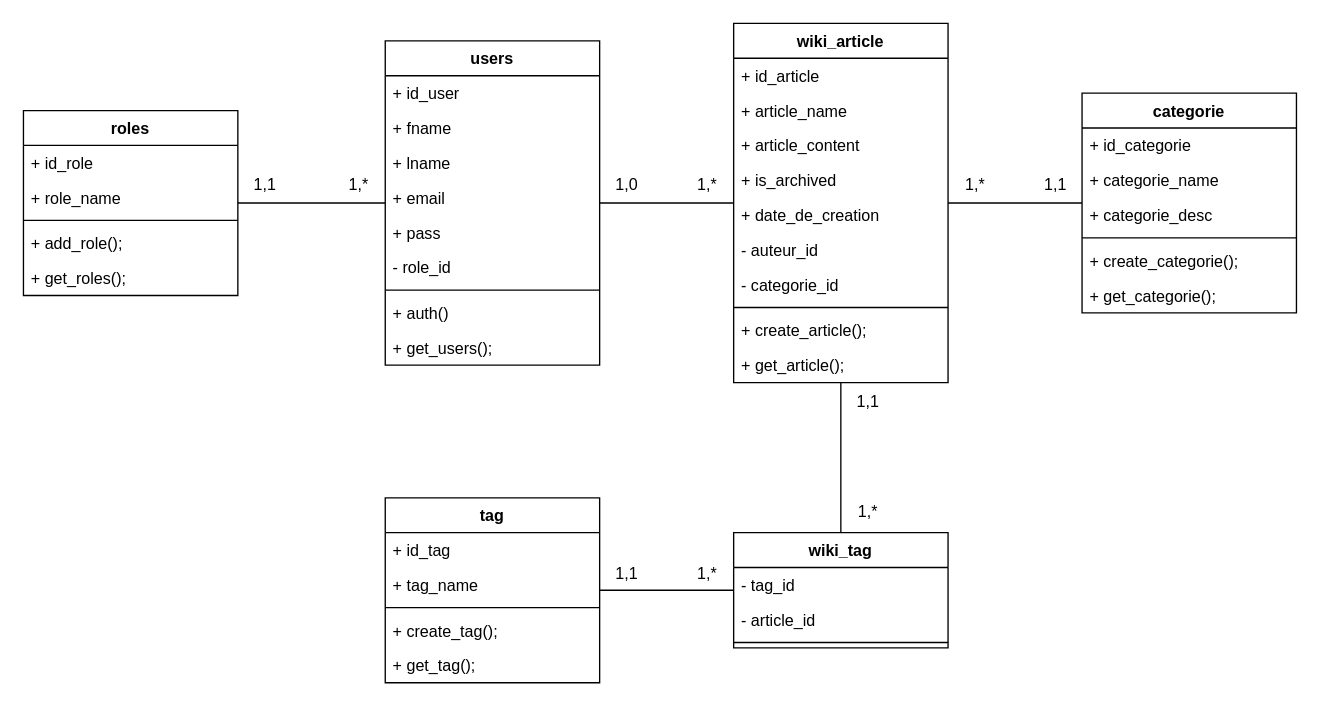
Above: uml.diagram.drawio in elkhailihamza/Wiki_tm (draw.io), before the change. Source tidied: cells renumbered, new cells numbered last; positions are measured from the earlier drawing's top-left corner, leaving out a move shared by most shapes. Both pictures are drawn from the tidied source at 134%, with x=0, y=0 at pixel (23, 23).
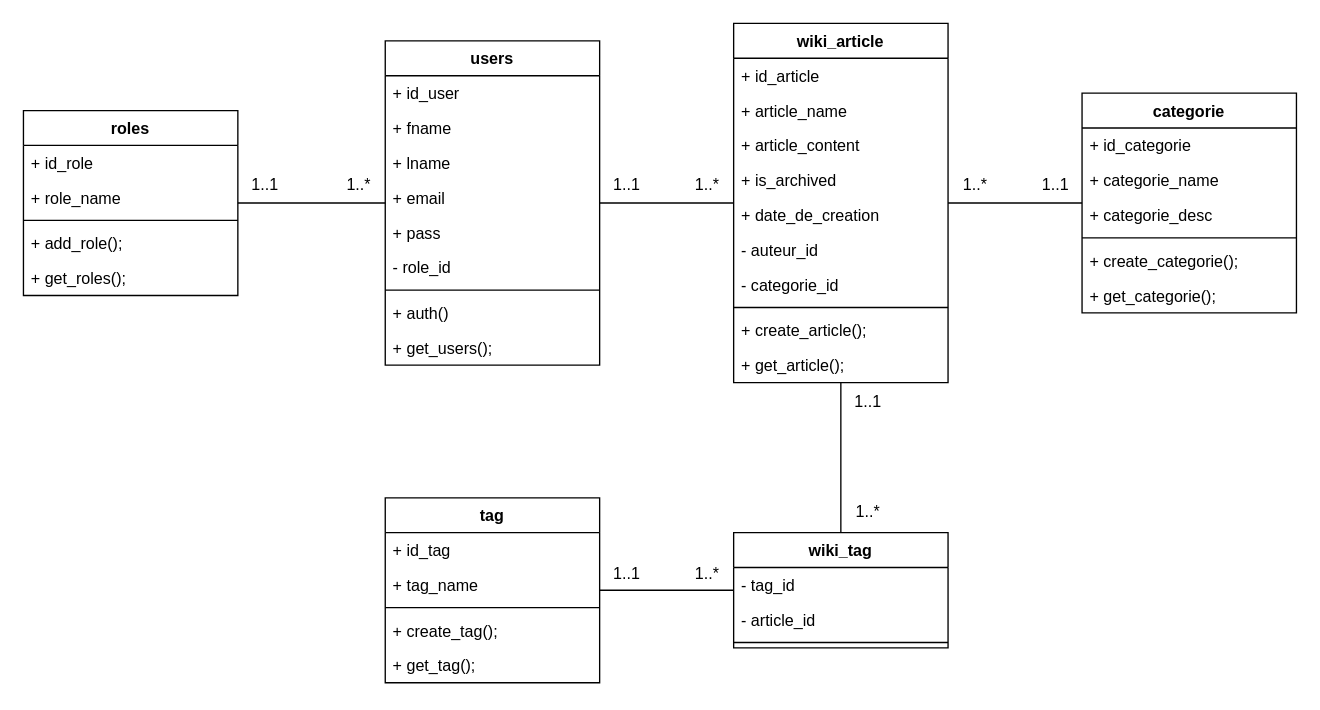
Above is the later version.

The edit, as a diff of the source:
```diff
@@
-    <mxCell id="51" value="1,1" style="text;html=1;align=center;verticalAlign=middle;strokeColor=none;fillColor=none;" parent="1" vertex="1">
+    <mxCell id="51" value="1..1" style="text;html=1;align=center;verticalAlign=middle;strokeColor=none;fillColor=none;" parent="1" vertex="1">
       <mxGeometry x="160" y="106" width="40" height="30" as="geometry" />
     </mxCell>
-    <mxCell id="52" value="1,*" style="text;html=1;align=center;verticalAlign=middle;strokeColor=none;fillColor=none;" parent="1" vertex="1">
+    <mxCell id="52" value="1..*" style="text;html=1;align=center;verticalAlign=middle;strokeColor=none;fillColor=none;" parent="1" vertex="1">
       <mxGeometry x="230" y="106" width="40" height="30" as="geometry" />
     </mxCell>
-    <mxCell id="53" value="1,*" style="text;html=1;align=center;verticalAlign=middle;strokeColor=none;fillColor=none;" parent="1" vertex="1">
+    <mxCell id="53" value="1..*" style="text;html=1;align=center;verticalAlign=middle;strokeColor=none;fillColor=none;" parent="1" vertex="1">
       <mxGeometry x="490" y="106" width="40" height="30" as="geometry" />
     </mxCell>
-    <mxCell id="54" value="1,0" style="text;html=1;align=center;verticalAlign=middle;strokeColor=none;fillColor=none;" parent="1" vertex="1">
+    <mxCell id="54" value="1..1" style="text;html=1;align=center;verticalAlign=middle;strokeColor=none;fillColor=none;" parent="1" vertex="1">
       <mxGeometry x="430" y="106" width="40" height="30" as="geometry" />
     </mxCell>
-    <mxCell id="55" value="1,*" style="text;html=1;align=center;verticalAlign=middle;strokeColor=none;fillColor=none;" parent="1" vertex="1">
+    <mxCell id="55" value="1..*" style="text;html=1;align=center;verticalAlign=middle;strokeColor=none;fillColor=none;" parent="1" vertex="1">
       <mxGeometry x="690" y="106" width="40" height="30" as="geometry" />
     </mxCell>
-    <mxCell id="56" value="1,1" style="text;html=1;align=center;verticalAlign=middle;strokeColor=none;fillColor=none;" parent="1" vertex="1">
+    <mxCell id="56" value="1..1" style="text;html=1;align=center;verticalAlign=middle;strokeColor=none;fillColor=none;" parent="1" vertex="1">
       <mxGeometry x="750" y="106" width="40" height="30" as="geometry" />
     </mxCell>
-    <mxCell id="57" value="1,*" style="text;html=1;align=center;verticalAlign=middle;strokeColor=none;fillColor=none;" parent="1" vertex="1">
+    <mxCell id="57" value="1..*" style="text;html=1;align=center;verticalAlign=middle;strokeColor=none;fillColor=none;" parent="1" vertex="1">
       <mxGeometry x="610" y="350" width="40" height="30" as="geometry" />
     </mxCell>
-    <mxCell id="58" value="1,*" style="text;html=1;align=center;verticalAlign=middle;strokeColor=none;fillColor=none;" parent="1" vertex="1">
+    <mxCell id="58" value="1..*" style="text;html=1;align=center;verticalAlign=middle;strokeColor=none;fillColor=none;" parent="1" vertex="1">
       <mxGeometry x="490" y="396" width="40" height="30" as="geometry" />
     </mxCell>
-    <mxCell id="59" value="1,1" style="text;html=1;align=center;verticalAlign=middle;strokeColor=none;fillColor=none;" parent="1" vertex="1">
+    <mxCell id="59" value="1..1" style="text;html=1;align=center;verticalAlign=middle;strokeColor=none;fillColor=none;" parent="1" vertex="1">
       <mxGeometry x="610" y="268" width="40" height="30" as="geometry" />
     </mxCell>
-    <mxCell id="60" value="1,1" style="text;html=1;align=center;verticalAlign=middle;strokeColor=none;fillColor=none;" parent="1" vertex="1">
+    <mxCell id="60" value="1..1" style="text;html=1;align=center;verticalAlign=middle;strokeColor=none;fillColor=none;" parent="1" vertex="1">
       <mxGeometry x="430" y="396" width="40" height="30" as="geometry" />
     </mxCell>
```
